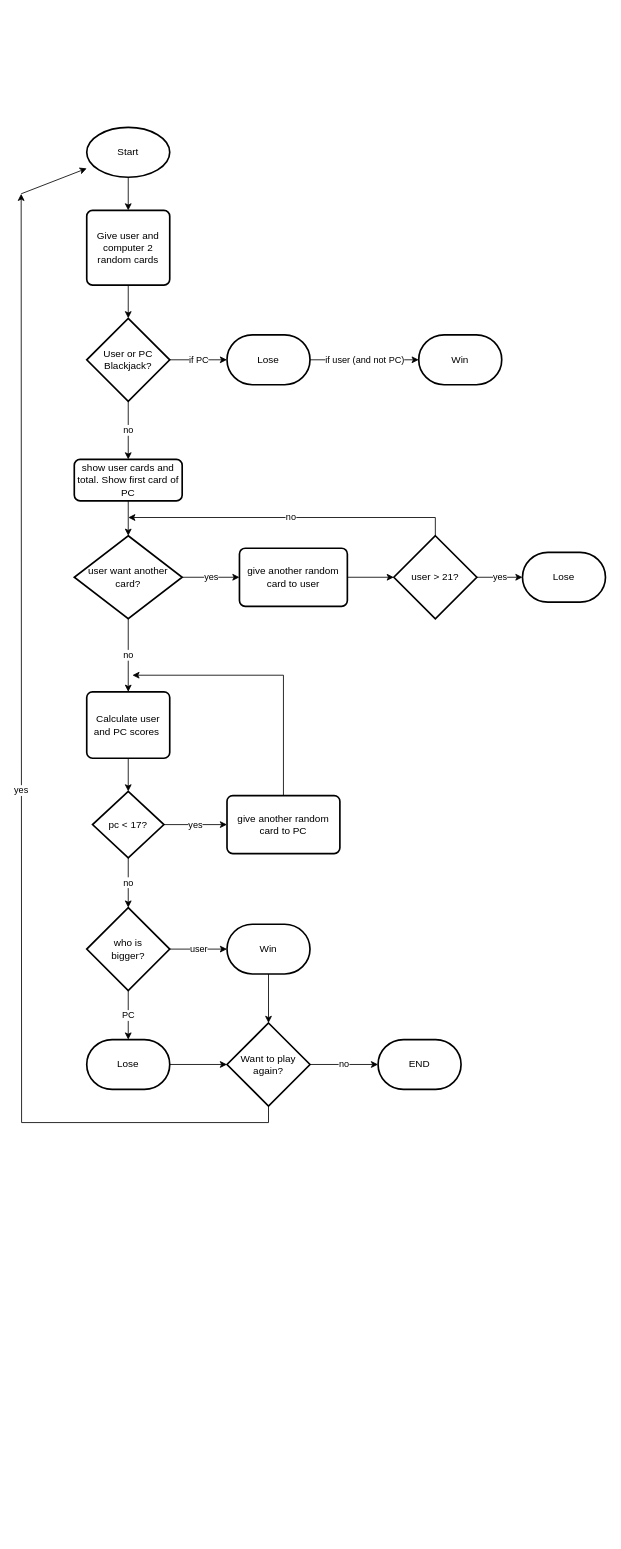
Earlier version of the draw.io diagram Blackjack/Blackjack remastered flowchart.drawio (SamTesura/archivos-python). Source tidied: cells renumbered, new cells numbered last; positions are measured from the earlier drawing's top-left corner, leaving out a move shared by most shapes. Both pictures are drawn from the tidied source at 83%, with x=0, y=0 at pixel (21, 127).
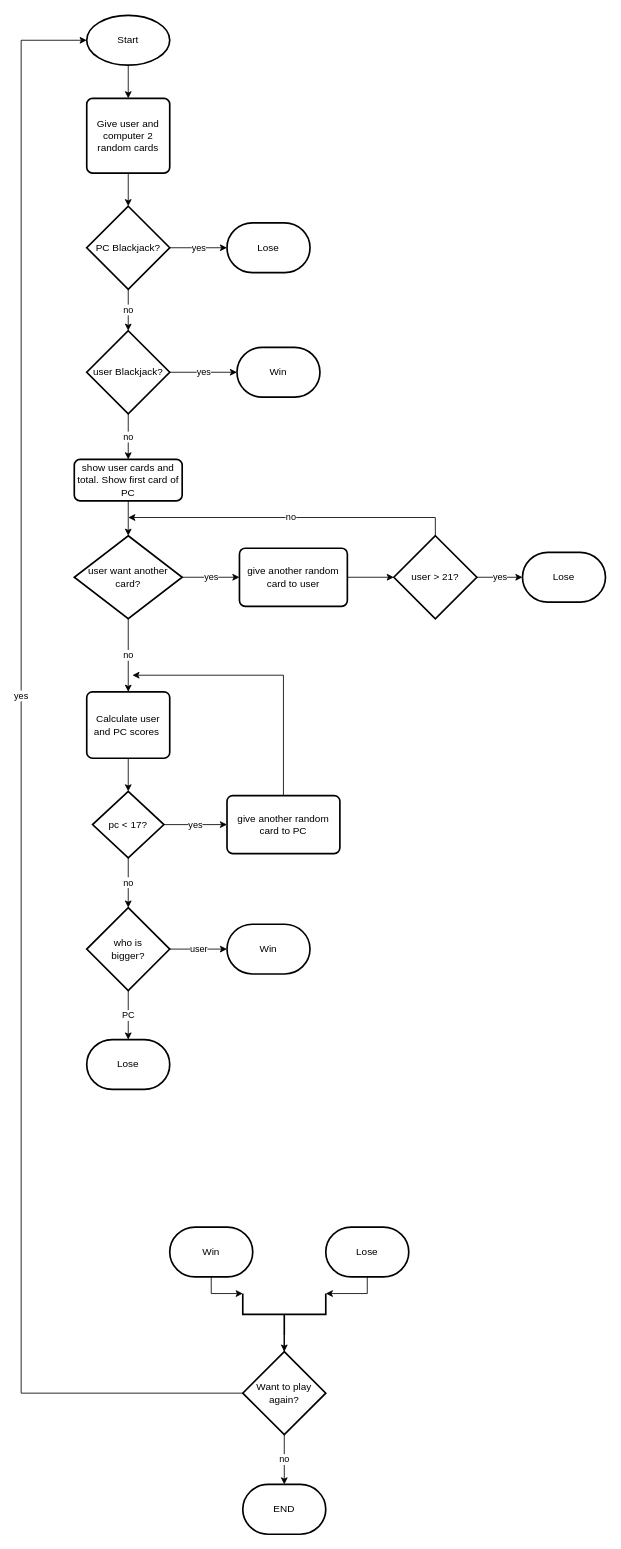
After the change.

Unchanged cells that the change refers to:
```xml
<mxCell id="16" value="show user cards and total. Show first card of PC" style="rounded=1;whiteSpace=wrap;html=1;absoluteArcSize=1;arcSize=14;strokeWidth=2;" parent="1" vertex="1">
  <mxGeometry x="64" y="400" width="130" height="50" as="geometry" />
</mxCell>
<mxCell id="35" value="Win" style="strokeWidth=2;html=1;shape=mxgraph.flowchart.terminator;whiteSpace=wrap;" parent="1" vertex="1">
  <mxGeometry x="248" y="960" width="100" height="60" as="geometry" />
</mxCell>
<mxCell id="37" value="Lose" style="strokeWidth=2;html=1;shape=mxgraph.flowchart.terminator;whiteSpace=wrap;" parent="1" vertex="1">
  <mxGeometry x="79" y="1099" width="100" height="60" as="geometry" />
</mxCell>
```

Change to the diagram source:
```diff
@@
-    <mxCell id="3" style="edgeStyle=none;rounded=0;jettySize=auto;html=1;" parent="1" edge="1" target="4">
-      <mxGeometry relative="1" as="geometry">
-        <mxPoint y="80" as="sourcePoint" />
-      </mxGeometry>
-    </mxCell>
     <mxCell id="4" value="Start" style="strokeWidth=2;html=1;shape=mxgraph.flowchart.start_1;whiteSpace=wrap;" parent="1" vertex="1">
-      <mxGeometry x="79" width="100" height="60" as="geometry" />
+      <mxGeometry x="79" y="-135" width="100" height="60" as="geometry" />
     </mxCell>
@@
     <mxCell id="6" value="Give user and computer 2 random cards" style="rounded=1;whiteSpace=wrap;html=1;absoluteArcSize=1;arcSize=14;strokeWidth=2;" parent="1" vertex="1">
-      <mxGeometry x="79" y="100" width="100" height="90" as="geometry" />
+      <mxGeometry x="79" y="-35" width="100" height="90" as="geometry" />
     </mxCell>
-    <mxCell id="7" value="if PC" style="edgeStyle=orthogonalEdgeStyle;rounded=0;jettySize=auto;html=1;" parent="1" edge="1" source="9" target="12">
+    <mxCell id="7" value="yes" style="edgeStyle=orthogonalEdgeStyle;rounded=0;jettySize=auto;html=1;" parent="1" edge="1" source="9" target="12">
       <mxGeometry relative="1" as="geometry" />
     </mxCell>
-    <mxCell id="8" value="no" style="edgeStyle=orthogonalEdgeStyle;rounded=0;jettySize=auto;html=1;" parent="1" edge="1" source="9" target="16">
-      <mxGeometry relative="1" as="geometry" />
-    </mxCell>
+    <mxCell id="42" value="no" style="edgeStyle=orthogonalEdgeStyle;rounded=0;jettySize=auto;html=1;" parent="1" edge="1" source="9" target="45">
+      <mxGeometry relative="1" as="geometry" />
+    </mxCell>
-    <mxCell id="9" value="User or PC Blackjack?" style="strokeWidth=2;html=1;shape=mxgraph.flowchart.decision;whiteSpace=wrap;" parent="1" vertex="1">
-      <mxGeometry x="79" y="230" width="100" height="100" as="geometry" />
+    <mxCell id="9" value="PC Blackjack?" style="strokeWidth=2;html=1;shape=mxgraph.flowchart.decision;whiteSpace=wrap;" parent="1" vertex="1">
+      <mxGeometry x="79" y="95" width="100" height="100" as="geometry" />
     </mxCell>
     <mxCell id="10" value="Win" style="strokeWidth=2;html=1;shape=mxgraph.flowchart.terminator;whiteSpace=wrap;" parent="1" vertex="1">
-      <mxGeometry x="479" y="250" width="100" height="60" as="geometry" />
+      <mxGeometry x="260" y="265" width="100" height="60" as="geometry" />
     </mxCell>
-    <mxCell id="11" value="if user (and not PC)" style="edgeStyle=orthogonalEdgeStyle;rounded=0;jettySize=auto;html=1;" parent="1" edge="1" source="12" target="10">
-      <mxGeometry relative="1" as="geometry" />
-    </mxCell>
     <mxCell id="12" value="Lose" style="strokeWidth=2;html=1;shape=mxgraph.flowchart.terminator;whiteSpace=wrap;" parent="1" vertex="1">
-      <mxGeometry x="248" y="250" width="100" height="60" as="geometry" />
+      <mxGeometry x="248" y="115" width="100" height="60" as="geometry" />
     </mxCell>
@@
-    <mxCell id="34" style="edgeStyle=orthogonalEdgeStyle;rounded=0;jettySize=auto;html=1;" parent="1" edge="1" source="35" target="40">
-      <mxGeometry relative="1" as="geometry" />
-    </mxCell>
@@
-    <mxCell id="36" style="edgeStyle=orthogonalEdgeStyle;rounded=0;jettySize=auto;html=1;" parent="1" edge="1" source="37" target="40">
-      <mxGeometry relative="1" as="geometry" />
-    </mxCell>
@@
-    <mxCell id="38" value="no" style="edgeStyle=orthogonalEdgeStyle;rounded=0;jettySize=auto;html=1;" parent="1" edge="1" source="40" target="41">
+    <mxCell id="38" value="no" style="edgeStyle=orthogonalEdgeStyle;rounded=0;jettySize=auto;html=1;exitX=0.5;exitY=1;exitDx=0;exitDy=0;exitPerimeter=0;" parent="1" edge="1" source="40" target="41">
       <mxGeometry relative="1" as="geometry" />
     </mxCell>
-    <mxCell id="39" value="yes" style="edgeStyle=orthogonalEdgeStyle;rounded=0;jettySize=auto;html=1;exitX=0.5;exitY=1;exitDx=0;exitDy=0;exitPerimeter=0;" parent="1" edge="1" source="40">
-      <mxGeometry relative="1" as="geometry">
-        <mxPoint y="80" as="targetPoint" />
+    <mxCell id="39" value="yes" style="edgeStyle=orthogonalEdgeStyle;rounded=0;jettySize=auto;html=1;entryX=0;entryY=0.5;entryDx=0;entryDy=0;entryPerimeter=0;exitX=0;exitY=0.5;exitDx=0;exitDy=0;exitPerimeter=0;" parent="1" edge="1" source="40" target="4">
+      <mxGeometry x="0.12" relative="1" as="geometry">
+        <Array as="points">
+          <mxPoint y="1525" />
+          <mxPoint y="-105" />
+        </Array>
       </mxGeometry>
     </mxCell>
     <mxCell id="40" value="Want to play again?" style="strokeWidth=2;html=1;shape=mxgraph.flowchart.decision;whiteSpace=wrap;" parent="1" vertex="1">
-      <mxGeometry x="248" y="1079" width="100" height="100" as="geometry" />
+      <mxGeometry x="267" y="1475" width="100" height="100" as="geometry" />
     </mxCell>
     <mxCell id="41" value="END" style="strokeWidth=2;html=1;shape=mxgraph.flowchart.terminator;whiteSpace=wrap;" parent="1" vertex="1">
-      <mxGeometry x="430" y="1099" width="100" height="60" as="geometry" />
+      <mxGeometry x="267" y="1635" width="100" height="60" as="geometry" />
     </mxCell>
+    <mxCell id="43" value="yes" style="edgeStyle=orthogonalEdgeStyle;rounded=0;jettySize=auto;html=1;" parent="1" edge="1" source="45" target="10">
+      <mxGeometry relative="1" as="geometry" />
+    </mxCell>
+    <mxCell id="44" value="no" style="edgeStyle=orthogonalEdgeStyle;rounded=0;jettySize=auto;html=1;" parent="1" edge="1" source="45" target="16">
+      <mxGeometry relative="1" as="geometry" />
+    </mxCell>
+    <mxCell id="45" value="user Blackjack?" style="strokeWidth=2;html=1;shape=mxgraph.flowchart.decision;whiteSpace=wrap;" parent="1" vertex="1">
+      <mxGeometry x="79" y="245" width="100" height="100" as="geometry" />
+    </mxCell>
+    <mxCell id="46" style="edgeStyle=orthogonalEdgeStyle;rounded=0;jettySize=auto;html=1;entryX=1;entryY=0;entryDx=0;entryDy=0;entryPerimeter=0;" parent="1" edge="1" source="47" target="49">
+      <mxGeometry relative="1" as="geometry" />
+    </mxCell>
+    <mxCell id="47" value="Win" style="strokeWidth=2;html=1;shape=mxgraph.flowchart.terminator;whiteSpace=wrap;" parent="1" vertex="1">
+      <mxGeometry x="179" y="1325" width="100" height="60" as="geometry" />
+    </mxCell>
+    <mxCell id="48" style="edgeStyle=orthogonalEdgeStyle;rounded=0;jettySize=auto;html=1;" parent="1" edge="1" source="49" target="40">
+      <mxGeometry relative="1" as="geometry" />
+    </mxCell>
+    <mxCell id="49" style="strokeWidth=2;html=1;shape=mxgraph.flowchart.annotation_2;align=left;labelPosition=right;direction=north;" parent="1" vertex="1">
+      <mxGeometry x="267" y="1405" width="100" height="50" as="geometry" />
+    </mxCell>
+    <mxCell id="50" style="edgeStyle=orthogonalEdgeStyle;rounded=0;jettySize=auto;html=1;entryX=1;entryY=1;entryDx=0;entryDy=0;entryPerimeter=0;exitX=0.5;exitY=1;exitDx=0;exitDy=0;exitPerimeter=0;" parent="1" edge="1" source="51" target="49">
+      <mxGeometry relative="1" as="geometry">
+        <Array as="points">
+          <mxPoint x="417" y="1405" />
+        </Array>
+      </mxGeometry>
+    </mxCell>
+    <mxCell id="51" value="Lose" style="strokeWidth=2;html=1;shape=mxgraph.flowchart.terminator;whiteSpace=wrap;" parent="1" vertex="1">
+      <mxGeometry x="367" y="1325" width="100" height="60" as="geometry" />
+    </mxCell>
```
